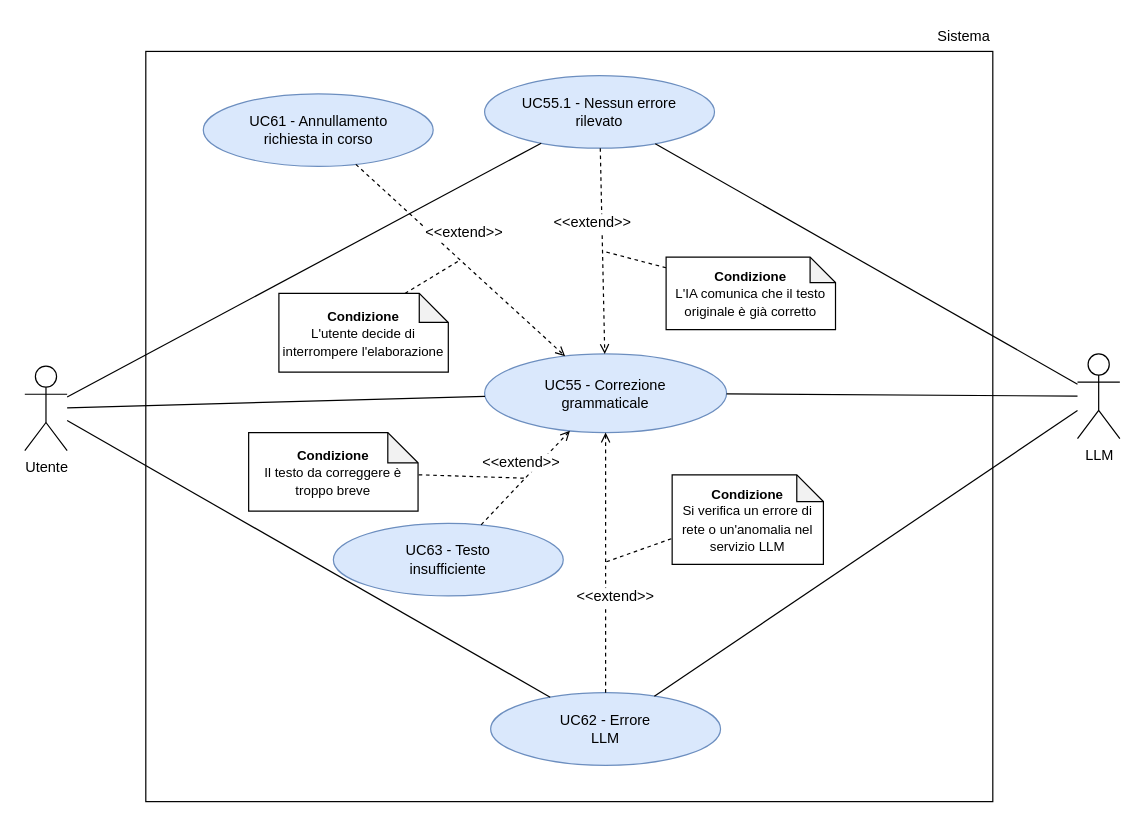
thebitless-group-swe/thebitless.github.io keeps this draw.io diagram as RTB/doc_esterna/analisi-dei-requisiti/assets/draw.io/UC55.drawio. Above is the earlier version. Source tidied: cells renumbered, new cells numbered last; positions are measured from the earlier drawing's top-left corner, leaving out a move shared by most shapes. Both pictures are drawn from the tidied source at 121%, with x=0, y=0 at pixel (24, 21).
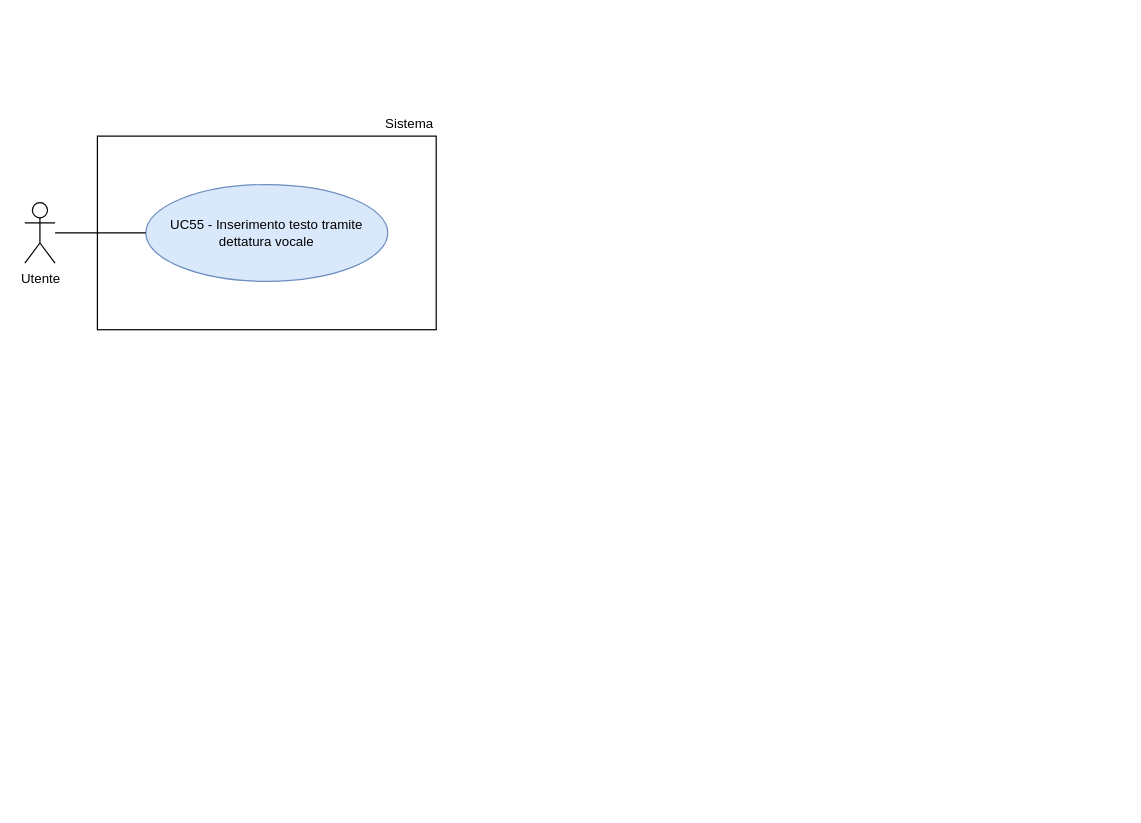
After the change.

Diff of the diagram source:
```diff
@@
-    <mxCell id="2" value="Utente" style="shape=umlActor;verticalLabelPosition=bottom;verticalAlign=top;html=1;outlineConnect=0;fontSize=12;" parent="1" vertex="1">
-      <mxGeometry y="285" width="35" height="70" as="geometry" />
+    <mxCell id="2" value="Utente" style="shape=umlActor;verticalLabelPosition=bottom;verticalAlign=top;html=1;outlineConnect=0;fontSize=11;" parent="1" vertex="1">
+      <mxGeometry y="150" width="25" height="50" as="geometry" />
     </mxCell>
-    <mxCell id="3" value="LLM" style="shape=umlActor;verticalLabelPosition=bottom;verticalAlign=top;html=1;outlineConnect=0;fontSize=12;" parent="1" vertex="1">
-      <mxGeometry x="870" y="275" width="35" height="70" as="geometry" />
-    </mxCell>
-    <mxCell id="4" style="rounded=0;whiteSpace=wrap;html=1;strokeWidth=1;fontSize=12;" parent="1" vertex="1">
-      <mxGeometry x="100" y="25" width="700" height="620" as="geometry" />
-    </mxCell>
+    <mxCell id="33" style="rounded=0;whiteSpace=wrap;html=1;strokeWidth=1;" parent="1" vertex="1">
+      <mxGeometry x="60" y="95" width="280" height="160" as="geometry" />
+    </mxCell>
-    <mxCell id="5" value="Sistema" style="text;html=1;whiteSpace=wrap;strokeColor=none;fillColor=none;align=right;verticalAlign=middle;fontSize=12;" parent="1" vertex="1">
-      <mxGeometry x="730" width="70" height="25" as="geometry" />
+    <mxCell id="5" value="Sistema" style="text;html=1;whiteSpace=wrap;strokeColor=none;fillColor=none;align=right;verticalAlign=middle;fontSize=11;" parent="1" vertex="1">
+      <mxGeometry x="270" y="75" width="70" height="20" as="geometry" />
     </mxCell>
-    <mxCell id="6" value="UC55 - Correzione&lt;br&gt;grammaticale" style="ellipse;whiteSpace=wrap;html=1;fillColor=#dae8fc;strokeColor=#6c8ebf;fontSize=12;" parent="1" vertex="1">
-      <mxGeometry x="380" y="275" width="200" height="65" as="geometry" />
-    </mxCell>
-    <mxCell id="7" value="UC61 - Annullamento&lt;br&gt;richiesta in corso" style="ellipse;whiteSpace=wrap;html=1;fillColor=#dae8fc;strokeColor=#6c8ebf;fontSize=12;" parent="1" vertex="1">
-      <mxGeometry x="147.5" y="60" width="190" height="60" as="geometry" />
-    </mxCell>
-    <mxCell id="8" value="UC55.1 - Nessun errore&lt;br&gt;rilevato" style="ellipse;whiteSpace=wrap;html=1;fillColor=#dae8fc;strokeColor=#6c8ebf;fontSize=12;" parent="1" vertex="1">
-      <mxGeometry x="380" y="45" width="190" height="60" as="geometry" />
-    </mxCell>
-    <mxCell id="9" value="UC63 - Testo&lt;br&gt;insufficiente" style="ellipse;whiteSpace=wrap;html=1;fillColor=#dae8fc;strokeColor=#6c8ebf;fontSize=12;" parent="1" vertex="1">
-      <mxGeometry x="255" y="415" width="190" height="60" as="geometry" />
-    </mxCell>
-    <mxCell id="10" value="UC62 - Errore&lt;br&gt;LLM" style="ellipse;whiteSpace=wrap;html=1;fillColor=#dae8fc;strokeColor=#6c8ebf;fontSize=12;" parent="1" vertex="1">
-      <mxGeometry x="385" y="555" width="190" height="60" as="geometry" />
-    </mxCell>
-    <mxCell id="11" style="edgeStyle=none;rounded=0;jettySize=auto;html=1;endArrow=none;endFill=0;fontSize=12;" parent="1" edge="1" source="2" target="6">
-      <mxGeometry relative="1" as="geometry" />
-    </mxCell>
-    <mxCell id="12" style="edgeStyle=none;rounded=0;jettySize=auto;html=1;endArrow=none;endFill=0;fontSize=12;" parent="1" edge="1" source="6" target="3">
-      <mxGeometry relative="1" as="geometry" />
-    </mxCell>
-    <mxCell id="13" style="edgeStyle=none;rounded=0;jettySize=auto;html=1;endArrow=none;endFill=0;fontSize=12;" parent="1" edge="1" source="2" target="8">
-      <mxGeometry relative="1" as="geometry" />
-    </mxCell>
-    <mxCell id="14" style="edgeStyle=none;rounded=0;jettySize=auto;html=1;endArrow=none;endFill=0;fontSize=12;" parent="1" edge="1" source="8" target="3">
-      <mxGeometry relative="1" as="geometry" />
-    </mxCell>
-    <mxCell id="15" style="edgeStyle=none;rounded=0;jettySize=auto;html=1;endArrow=none;endFill=0;fontSize=12;" parent="1" edge="1" source="2" target="10">
-      <mxGeometry relative="1" as="geometry" />
-    </mxCell>
-    <mxCell id="16" style="edgeStyle=none;rounded=0;jettySize=auto;html=1;endArrow=none;endFill=0;fontSize=12;" parent="1" edge="1" source="10" target="3">
-      <mxGeometry relative="1" as="geometry" />
-    </mxCell>
-    <mxCell id="17" style="dashed=1;endArrow=open;endFill=0;html=1;rounded=0;fontSize=12;" parent="1" edge="1" source="7" target="6">
-      <mxGeometry relative="1" as="geometry" />
-    </mxCell>
-    <mxCell id="18" value="&lt;font&gt;&amp;lt;&amp;lt;extend&amp;gt;&amp;gt;&lt;/font&gt;" style="edgeLabel;html=1;align=center;verticalAlign=middle;fontSize=12;" parent="17" vertex="1">
-      <mxGeometry x="-0.05" y="-1" relative="1" as="geometry">
-        <mxPoint x="8" y="-20" as="offset" />
-      </mxGeometry>
-    </mxCell>
-    <mxCell id="19" style="dashed=1;endArrow=open;endFill=0;html=1;rounded=0;fontSize=12;" parent="1" edge="1" source="8" target="6">
-      <mxGeometry relative="1" as="geometry" />
-    </mxCell>
-    <mxCell id="20" value="&lt;font&gt;&amp;lt;&amp;lt;extend&amp;gt;&amp;gt;&lt;/font&gt;" style="edgeLabel;html=1;align=center;verticalAlign=middle;fontSize=12;" parent="19" vertex="1">
-      <mxGeometry x="-0.05" y="-1" relative="1" as="geometry">
-        <mxPoint x="-8" y="-20" as="offset" />
-      </mxGeometry>
-    </mxCell>
-    <mxCell id="21" style="dashed=1;endArrow=open;endFill=0;html=1;rounded=0;fontSize=12;" parent="1" edge="1" source="9" target="6">
-      <mxGeometry relative="1" as="geometry" />
-    </mxCell>
-    <mxCell id="22" value="&lt;font&gt;&amp;lt;&amp;lt;extend&amp;gt;&amp;gt;&lt;/font&gt;" style="edgeLabel;html=1;align=center;verticalAlign=middle;fontSize=12;" parent="21" vertex="1">
-      <mxGeometry x="-0.05" y="1" relative="1" as="geometry">
-        <mxPoint x="-2" y="-14" as="offset" />
-      </mxGeometry>
-    </mxCell>
-    <mxCell id="23" style="dashed=1;endArrow=open;endFill=0;html=1;rounded=0;fontSize=12;" parent="1" edge="1" source="10" target="6">
-      <mxGeometry relative="1" as="geometry" />
-    </mxCell>
-    <mxCell id="24" value="&lt;font&gt;&amp;lt;&amp;lt;extend&amp;gt;&amp;gt;&lt;/font&gt;" style="edgeLabel;html=1;align=center;verticalAlign=middle;fontSize=12;" parent="23" vertex="1">
-      <mxGeometry x="-0.05" y="1" relative="1" as="geometry">
-        <mxPoint x="8" y="22" as="offset" />
-      </mxGeometry>
-    </mxCell>
-    <mxCell id="25" style="dashed=1;endArrow=none;html=1;rounded=0;strokeWidth=1;fontSize=12;" parent="1" edge="1" target="17">
-      <mxGeometry relative="1" as="geometry">
-        <mxPoint x="314.2" y="225" as="sourcePoint" />
-      </mxGeometry>
-    </mxCell>
-    <mxCell id="26" style="dashed=1;endArrow=none;html=1;rounded=0;strokeWidth=1;fontSize=12;" parent="1" edge="1" target="19">
-      <mxGeometry relative="1" as="geometry">
-        <mxPoint x="530" y="203.8" as="sourcePoint" />
-      </mxGeometry>
-    </mxCell>
-    <mxCell id="27" style="dashed=1;endArrow=none;html=1;rounded=0;strokeWidth=1;fontSize=12;" parent="1" edge="1" target="21">
-      <mxGeometry relative="1" as="geometry">
-        <mxPoint x="307.5" y="374.3" as="sourcePoint" />
-      </mxGeometry>
-    </mxCell>
-    <mxCell id="28" style="dashed=1;endArrow=none;html=1;rounded=0;strokeWidth=1;fontSize=12;" parent="1" edge="1" target="23">
-      <mxGeometry relative="1" as="geometry">
-        <mxPoint x="540" y="425.7" as="sourcePoint" />
-      </mxGeometry>
-    </mxCell>
-    <mxCell id="29" value="&lt;b style=&quot;font-size: 11px;&quot;&gt;Condizione&lt;/b&gt;&lt;br style=&quot;font-size: 11px;&quot;&gt;&lt;span style=&quot;font-size: 11px;&quot;&gt;Il testo da correggere è troppo breve&lt;/span&gt;" style="shape=note;whiteSpace=wrap;html=1;backgroundOutline=1;darkOpacity=0.05;size=25;" parent="1" vertex="1">
-      <mxGeometry x="185" y="340" width="140" height="65" as="geometry" />
-    </mxCell>
-    <mxCell id="30" value="&lt;span style=&quot;font-size: 11px;&quot;&gt;&lt;b&gt;Condizione&lt;/b&gt;&lt;/span&gt;&lt;div&gt;&lt;span style=&quot;font-size: 11px;&quot;&gt;L'utente decide di interrompere l'elaborazione&lt;/span&gt;&lt;/div&gt;" style="shape=note;whiteSpace=wrap;html=1;backgroundOutline=1;darkOpacity=0.05;size=24;" parent="1" vertex="1">
-      <mxGeometry x="210" y="225" width="140" height="65" as="geometry" />
-    </mxCell>
-    <mxCell id="31" value="&lt;b style=&quot;font-size: 11px;&quot;&gt;Condizione&lt;/b&gt;&lt;br style=&quot;font-size: 11px;&quot;&gt;&lt;span style=&quot;font-size: 11px;&quot;&gt;L'IA comunica che il testo originale è già corretto&lt;/span&gt;" style="shape=note;whiteSpace=wrap;html=1;backgroundOutline=1;darkOpacity=0.05;size=21;" parent="1" vertex="1">
-      <mxGeometry x="530" y="195" width="140" height="60" as="geometry" />
-    </mxCell>
-    <mxCell id="32" value="&lt;b style=&quot;font-size: 11px;&quot;&gt;Condizione&lt;/b&gt;&lt;br style=&quot;font-size: 11px;&quot;&gt;&lt;span style=&quot;font-size: 11px;&quot;&gt;Si verifica un errore di rete o un'anomalia nel servizio LLM&lt;/span&gt;" style="shape=note;whiteSpace=wrap;html=1;backgroundOutline=1;darkOpacity=0.05;size=22;" parent="1" vertex="1">
-      <mxGeometry x="535" y="375" width="125" height="74" as="geometry" />
-    </mxCell>
+    <mxCell id="34" value="UC55 - Inserimento testo tramite dettatura vocale" style="ellipse;whiteSpace=wrap;html=1;fillColor=#dae8fc;strokeColor=#6c8ebf;fontSize=11;" parent="1" vertex="1">
+      <mxGeometry x="100" y="135" width="200" height="80" as="geometry" />
+    </mxCell>
+    <mxCell id="35" style="edgeStyle=none;rounded=0;jettySize=auto;html=1;endArrow=none;endFill=0;" parent="1" edge="1" source="2" target="34">
+      <mxGeometry relative="1" as="geometry" />
+    </mxCell>
```
